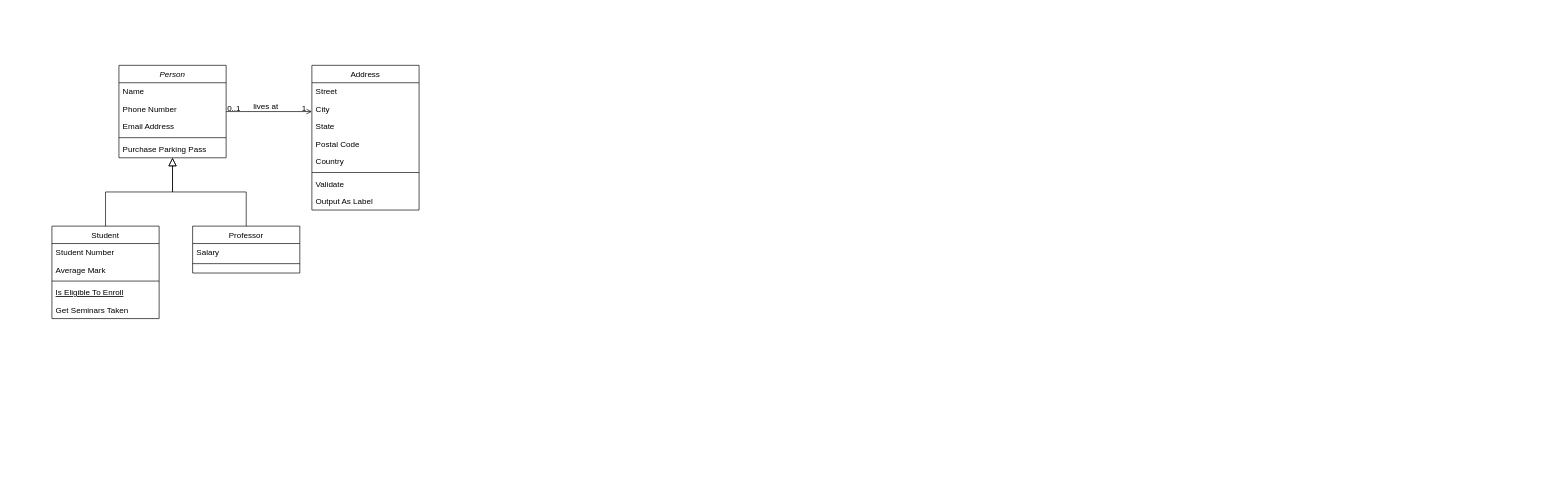
Before: Untitled Diagram.drawio in lequyetanh/threejs-game3d, a draw.io diagram. Source tidied: cells renumbered, new cells numbered last; positions are measured from the earlier drawing's top-left corner, leaving out a move shared by most shapes. Both pictures are drawn from the tidied source at 67%, with x=0, y=0 at pixel (52, 65).
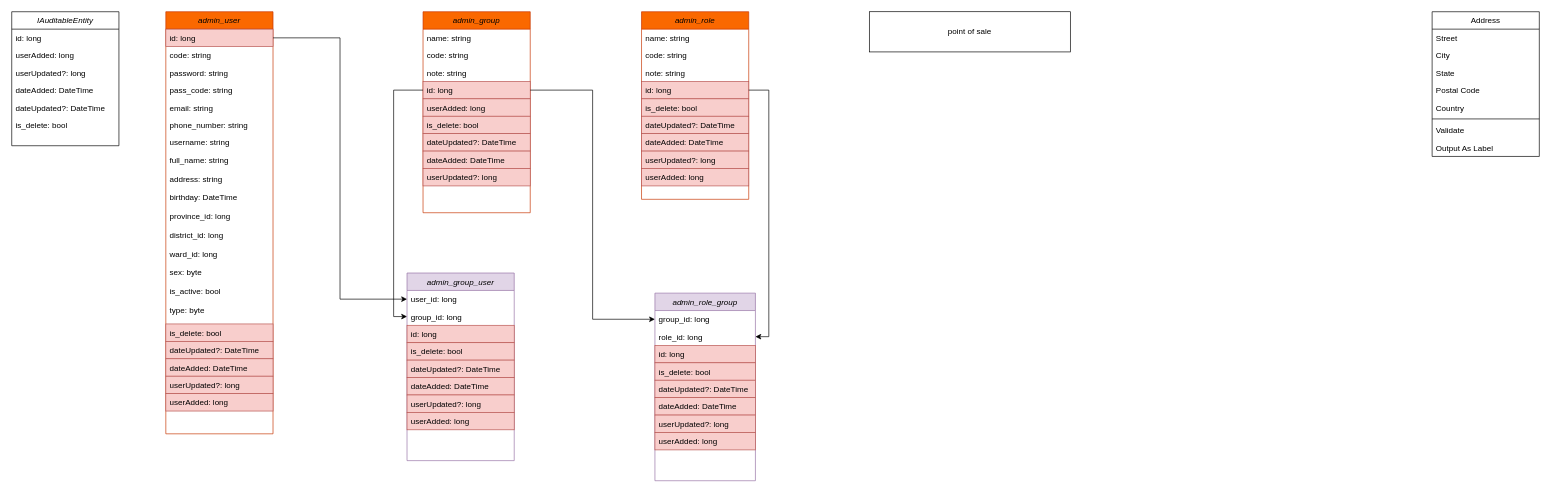
The same diagram, later.

The edit, as a diff of the source:
```diff
@@
-    <mxCell id="2" value="Person" style="swimlane;fontStyle=2;align=center;verticalAlign=top;horizontal=1;startSize=26;rounded=0;shadow=0;strokeWidth=1;" parent="1" vertex="1">
-      <mxGeometry x="100" width="160" height="138" as="geometry" />
+    <mxCell id="2" value="IAuditableEntity" style="swimlane;fontStyle=2;align=center;verticalAlign=top;horizontal=1;startSize=26;rounded=0;shadow=0;strokeWidth=1;" parent="1" vertex="1">
+      <mxGeometry x="-60" y="-80" width="160" height="200" as="geometry" />
     </mxCell>
-    <mxCell id="3" value="Name" style="text;align=left;verticalAlign=top;spacingLeft=4;spacingRight=4;overflow=hidden;" parent="2" vertex="1">
+    <mxCell id="3" value="id: long&#10;" style="text;align=left;verticalAlign=top;spacingLeft=4;spacingRight=4;overflow=hidden;" parent="2" vertex="1">
       <mxGeometry y="26" width="160" height="26" as="geometry" />
     </mxCell>
-    <mxCell id="4" value="Phone Number" style="text;align=left;verticalAlign=top;spacingLeft=4;spacingRight=4;overflow=hidden;rounded=0;shadow=0;html=0;" parent="2" vertex="1">
+    <mxCell id="4" value="userAdded: long" style="text;align=left;verticalAlign=top;spacingLeft=4;spacingRight=4;overflow=hidden;rounded=0;shadow=0;html=0;" parent="2" vertex="1">
       <mxGeometry y="52" width="160" height="26" as="geometry" />
     </mxCell>
-    <mxCell id="5" value="Email Address" style="text;align=left;verticalAlign=top;spacingLeft=4;spacingRight=4;overflow=hidden;rounded=0;shadow=0;html=0;" parent="2" vertex="1">
+    <mxCell id="5" value="userUpdated?: long" style="text;align=left;verticalAlign=top;spacingLeft=4;spacingRight=4;overflow=hidden;rounded=0;shadow=0;html=0;" parent="2" vertex="1">
       <mxGeometry y="78" width="160" height="26" as="geometry" />
     </mxCell>
-    <mxCell id="6" style="line;html=1;strokeWidth=1;align=left;verticalAlign=middle;spacingTop=-1;spacingLeft=3;spacingRight=3;labelPosition=right;" parent="2" vertex="1">
-      <mxGeometry y="104" width="160" height="8" as="geometry" />
-    </mxCell>
-    <mxCell id="7" value="Purchase Parking Pass" style="text;align=left;verticalAlign=top;spacingLeft=4;spacingRight=4;overflow=hidden;" parent="2" vertex="1">
-      <mxGeometry y="112" width="160" height="26" as="geometry" />
+    <mxCell id="7" value="dateAdded: DateTime" style="text;align=left;verticalAlign=top;spacingLeft=4;spacingRight=4;overflow=hidden;" parent="2" vertex="1">
+      <mxGeometry y="104" width="160" height="26" as="geometry" />
     </mxCell>
-    <mxCell id="8" value="Student" style="swimlane;fontStyle=0;align=center;verticalAlign=top;horizontal=1;startSize=26;rounded=0;shadow=0;strokeWidth=1;" parent="1" vertex="1">
-      <mxGeometry y="240" width="160" height="138" as="geometry" />
-    </mxCell>
-    <mxCell id="9" value="Student Number" style="text;align=left;verticalAlign=top;spacingLeft=4;spacingRight=4;overflow=hidden;" parent="8" vertex="1">
-      <mxGeometry y="26" width="160" height="26" as="geometry" />
-    </mxCell>
-    <mxCell id="10" value="Average Mark" style="text;align=left;verticalAlign=top;spacingLeft=4;spacingRight=4;overflow=hidden;rounded=0;shadow=0;html=0;" parent="8" vertex="1">
-      <mxGeometry y="52" width="160" height="26" as="geometry" />
-    </mxCell>
-    <mxCell id="11" style="line;html=1;strokeWidth=1;align=left;verticalAlign=middle;spacingTop=-1;spacingLeft=3;spacingRight=3;labelPosition=right;" parent="8" vertex="1">
-      <mxGeometry y="78" width="160" height="8" as="geometry" />
-    </mxCell>
-    <mxCell id="12" value="Is Eligible To Enroll" style="text;align=left;verticalAlign=top;spacingLeft=4;spacingRight=4;overflow=hidden;fontStyle=4;" parent="8" vertex="1">
-      <mxGeometry y="86" width="160" height="26" as="geometry" />
-    </mxCell>
-    <mxCell id="13" value="Get Seminars Taken" style="text;align=left;verticalAlign=top;spacingLeft=4;spacingRight=4;overflow=hidden;" parent="8" vertex="1">
-      <mxGeometry y="112" width="160" height="26" as="geometry" />
-    </mxCell>
-    <mxCell id="14" style="endArrow=block;endSize=10;endFill=0;shadow=0;strokeWidth=1;rounded=0;edgeStyle=elbowEdgeStyle;elbow=vertical;" parent="1" edge="1" source="8" target="2">
-      <mxGeometry relative="1" as="geometry" />
-    </mxCell>
-    <mxCell id="15" value="Professor" style="swimlane;fontStyle=0;align=center;verticalAlign=top;horizontal=1;startSize=26;rounded=0;shadow=0;strokeWidth=1;" parent="1" vertex="1">
-      <mxGeometry x="210" y="240" width="160" height="70" as="geometry" />
-    </mxCell>
-    <mxCell id="16" value="Salary" style="text;align=left;verticalAlign=top;spacingLeft=4;spacingRight=4;overflow=hidden;" parent="15" vertex="1">
-      <mxGeometry y="26" width="160" height="26" as="geometry" />
-    </mxCell>
-    <mxCell id="17" style="line;html=1;strokeWidth=1;align=left;verticalAlign=middle;spacingTop=-1;spacingLeft=3;spacingRight=3;labelPosition=right;" parent="15" vertex="1">
-      <mxGeometry y="52" width="160" height="8" as="geometry" />
-    </mxCell>
-    <mxCell id="18" style="endArrow=block;endSize=10;endFill=0;shadow=0;strokeWidth=1;rounded=0;edgeStyle=elbowEdgeStyle;elbow=vertical;" parent="1" edge="1" source="15" target="2">
-      <mxGeometry relative="1" as="geometry" />
-    </mxCell>
+    <mxCell id="32" value="dateUpdated?: DateTime" style="text;align=left;verticalAlign=top;spacingLeft=4;spacingRight=4;overflow=hidden;" parent="2" vertex="1">
+      <mxGeometry y="130" width="160" height="26" as="geometry" />
+    </mxCell>
+    <mxCell id="33" value="is_delete: bool" style="text;align=left;verticalAlign=top;spacingLeft=4;spacingRight=4;overflow=hidden;" parent="2" vertex="1">
+      <mxGeometry y="156" width="160" height="26" as="geometry" />
+    </mxCell>
     <mxCell id="19" value="Address" style="swimlane;fontStyle=0;align=center;verticalAlign=top;horizontal=1;startSize=26;rounded=0;shadow=0;strokeWidth=1;" parent="1" vertex="1">
-      <mxGeometry x="388" width="160" height="216" as="geometry" />
+      <mxGeometry x="2060" y="-80" width="160" height="216" as="geometry" />
     </mxCell>
@@
-    <mxCell id="28" style="endArrow=open;shadow=0;strokeWidth=1;rounded=0;endFill=1;edgeStyle=elbowEdgeStyle;elbow=vertical;" parent="1" edge="1" source="2" target="19">
-      <mxGeometry x="0.5" y="41" relative="1" as="geometry">
-        <mxPoint x="-40" y="32" as="offset" />
-      </mxGeometry>
-    </mxCell>
-    <mxCell id="29" value="0..1" style="align=left;verticalAlign=bottom;labelBackgroundColor=none;fontSize=12;" parent="28" vertex="1">
-      <mxGeometry x="-1" relative="1" as="geometry">
-        <mxPoint y="4" as="offset" />
-      </mxGeometry>
-    </mxCell>
-    <mxCell id="30" value="1" style="align=right;verticalAlign=bottom;labelBackgroundColor=none;fontSize=12;" parent="28" vertex="1">
-      <mxGeometry x="1" relative="1" as="geometry">
-        <mxPoint x="-7" y="4" as="offset" />
-      </mxGeometry>
-    </mxCell>
-    <mxCell id="31" value="lives at" style="text;html=1;align=center;verticalAlign=middle;labelBackgroundColor=none;rounded=0;shadow=0;strokeWidth=1;fontSize=12;" parent="28" vertex="1">
-      <mxGeometry x="0.5" y="49" relative="1" as="geometry">
-        <mxPoint x="-38" y="40" as="offset" />
-      </mxGeometry>
-    </mxCell>
+    <mxCell id="34" value="admin_group" style="swimlane;fontStyle=2;align=center;verticalAlign=top;horizontal=1;startSize=26;rounded=0;shadow=0;strokeWidth=1;fillColor=#fa6800;strokeColor=#C73500;fontColor=#000000;" parent="1" vertex="1">
+      <mxGeometry x="553.9" y="-80" width="160" height="300" as="geometry" />
+    </mxCell>
+    <mxCell id="35" value="name: string" style="text;align=left;verticalAlign=top;spacingLeft=4;spacingRight=4;overflow=hidden;" parent="34" vertex="1">
+      <mxGeometry y="26" width="160" height="26" as="geometry" />
+    </mxCell>
+    <mxCell id="36" value="code: string" style="text;align=left;verticalAlign=top;spacingLeft=4;spacingRight=4;overflow=hidden;rounded=0;shadow=0;html=0;" parent="34" vertex="1">
+      <mxGeometry y="52" width="160" height="26" as="geometry" />
+    </mxCell>
+    <mxCell id="37" value="note: string" style="text;align=left;verticalAlign=top;spacingLeft=4;spacingRight=4;overflow=hidden;rounded=0;shadow=0;html=0;" parent="34" vertex="1">
+      <mxGeometry y="78" width="160" height="26" as="geometry" />
+    </mxCell>
+    <mxCell id="38" value="id: long&#10;" style="text;align=left;verticalAlign=top;spacingLeft=4;spacingRight=4;overflow=hidden;points=[[0,0.5],[1,0.5]];portConstraint=eastwest;fillColor=#f8cecc;strokeColor=#b85450;" parent="34" vertex="1">
+      <mxGeometry y="104" width="160" height="26" as="geometry" />
+    </mxCell>
+    <mxCell id="39" value="userAdded: long" style="text;align=left;verticalAlign=top;spacingLeft=4;spacingRight=4;overflow=hidden;rounded=0;shadow=0;html=0;fillColor=#f8cecc;strokeColor=#b85450;" parent="34" vertex="1">
+      <mxGeometry y="130" width="160" height="26" as="geometry" />
+    </mxCell>
+    <mxCell id="40" value="is_delete: bool" style="text;align=left;verticalAlign=top;spacingLeft=4;spacingRight=4;overflow=hidden;fillColor=#f8cecc;strokeColor=#b85450;" parent="34" vertex="1">
+      <mxGeometry y="156" width="160" height="26" as="geometry" />
+    </mxCell>
+    <mxCell id="41" value="dateUpdated?: DateTime" style="text;align=left;verticalAlign=top;spacingLeft=4;spacingRight=4;overflow=hidden;fillColor=#f8cecc;strokeColor=#b85450;" parent="34" vertex="1">
+      <mxGeometry y="182" width="160" height="26" as="geometry" />
+    </mxCell>
+    <mxCell id="42" value="dateAdded: DateTime" style="text;align=left;verticalAlign=top;spacingLeft=4;spacingRight=4;overflow=hidden;fillColor=#f8cecc;strokeColor=#b85450;" parent="34" vertex="1">
+      <mxGeometry y="208" width="160" height="26" as="geometry" />
+    </mxCell>
+    <mxCell id="43" value="userUpdated?: long" style="text;align=left;verticalAlign=top;spacingLeft=4;spacingRight=4;overflow=hidden;rounded=0;shadow=0;html=0;fillColor=#f8cecc;strokeColor=#b85450;" parent="34" vertex="1">
+      <mxGeometry y="234" width="160" height="26" as="geometry" />
+    </mxCell>
+    <mxCell id="44" value="admin_group_user" style="swimlane;fontStyle=2;align=center;verticalAlign=top;horizontal=1;startSize=26;rounded=0;shadow=0;strokeWidth=1;fillColor=#e1d5e7;strokeColor=#9673a6;" parent="1" vertex="1">
+      <mxGeometry x="530" y="310" width="160" height="280" as="geometry" />
+    </mxCell>
+    <mxCell id="45" value="user_id: long" style="text;align=left;verticalAlign=top;spacingLeft=4;spacingRight=4;overflow=hidden;points=[[0,0.5],[1,0.5]];portConstraint=eastwest;" parent="44" vertex="1">
+      <mxGeometry y="26" width="160" height="26" as="geometry" />
+    </mxCell>
+    <mxCell id="46" value="group_id: long" style="text;align=left;verticalAlign=top;spacingLeft=4;spacingRight=4;overflow=hidden;points=[[0,0.5],[1,0.5]];portConstraint=eastwest;rounded=0;shadow=0;html=0;" parent="44" vertex="1">
+      <mxGeometry y="52" width="160" height="26" as="geometry" />
+    </mxCell>
+    <mxCell id="47" value="id: long&#10;" style="text;align=left;verticalAlign=top;spacingLeft=4;spacingRight=4;overflow=hidden;fillColor=#f8cecc;strokeColor=#b85450;" parent="44" vertex="1">
+      <mxGeometry y="78" width="160" height="26" as="geometry" />
+    </mxCell>
+    <mxCell id="48" value="is_delete: bool" style="text;align=left;verticalAlign=top;spacingLeft=4;spacingRight=4;overflow=hidden;fillColor=#f8cecc;strokeColor=#b85450;" parent="44" vertex="1">
+      <mxGeometry y="104" width="160" height="26" as="geometry" />
+    </mxCell>
+    <mxCell id="49" value="dateUpdated?: DateTime" style="text;align=left;verticalAlign=top;spacingLeft=4;spacingRight=4;overflow=hidden;fillColor=#f8cecc;strokeColor=#b85450;" parent="44" vertex="1">
+      <mxGeometry y="130" width="160" height="26" as="geometry" />
+    </mxCell>
+    <mxCell id="50" value="dateAdded: DateTime" style="text;align=left;verticalAlign=top;spacingLeft=4;spacingRight=4;overflow=hidden;fillColor=#f8cecc;strokeColor=#b85450;" parent="44" vertex="1">
+      <mxGeometry y="156" width="160" height="26" as="geometry" />
+    </mxCell>
+    <mxCell id="51" value="userUpdated?: long" style="text;align=left;verticalAlign=top;spacingLeft=4;spacingRight=4;overflow=hidden;rounded=0;shadow=0;html=0;fillColor=#f8cecc;strokeColor=#b85450;" parent="44" vertex="1">
+      <mxGeometry y="182" width="160" height="26" as="geometry" />
+    </mxCell>
+    <mxCell id="52" value="userAdded: long" style="text;align=left;verticalAlign=top;spacingLeft=4;spacingRight=4;overflow=hidden;rounded=0;shadow=0;html=0;fillColor=#f8cecc;strokeColor=#b85450;" parent="44" vertex="1">
+      <mxGeometry y="208" width="160" height="26" as="geometry" />
+    </mxCell>
+    <mxCell id="53" value="admin_role" style="swimlane;fontStyle=2;align=center;verticalAlign=top;horizontal=1;startSize=26;rounded=0;shadow=0;strokeWidth=1;fillColor=#fa6800;strokeColor=#C73500;fontColor=#000000;" parent="1" vertex="1">
+      <mxGeometry x="880" y="-80" width="160" height="280" as="geometry" />
+    </mxCell>
+    <mxCell id="54" value="name: string" style="text;align=left;verticalAlign=top;spacingLeft=4;spacingRight=4;overflow=hidden;" parent="53" vertex="1">
+      <mxGeometry y="26" width="160" height="26" as="geometry" />
+    </mxCell>
+    <mxCell id="55" value="code: string" style="text;align=left;verticalAlign=top;spacingLeft=4;spacingRight=4;overflow=hidden;rounded=0;shadow=0;html=0;" parent="53" vertex="1">
+      <mxGeometry y="52" width="160" height="26" as="geometry" />
+    </mxCell>
+    <mxCell id="56" value="note: string" style="text;align=left;verticalAlign=top;spacingLeft=4;spacingRight=4;overflow=hidden;rounded=0;shadow=0;html=0;" parent="53" vertex="1">
+      <mxGeometry y="78" width="160" height="26" as="geometry" />
+    </mxCell>
+    <mxCell id="57" value="id: long&#10;" style="text;align=left;verticalAlign=top;spacingLeft=4;spacingRight=4;overflow=hidden;points=[[0,0.5],[1,0.5]];portConstraint=eastwest;fillColor=#f8cecc;strokeColor=#b85450;" parent="53" vertex="1">
+      <mxGeometry y="104" width="160" height="26" as="geometry" />
+    </mxCell>
+    <mxCell id="58" value="is_delete: bool" style="text;align=left;verticalAlign=top;spacingLeft=4;spacingRight=4;overflow=hidden;fillColor=#f8cecc;strokeColor=#b85450;" parent="53" vertex="1">
+      <mxGeometry y="130" width="160" height="26" as="geometry" />
+    </mxCell>
+    <mxCell id="59" value="dateUpdated?: DateTime" style="text;align=left;verticalAlign=top;spacingLeft=4;spacingRight=4;overflow=hidden;fillColor=#f8cecc;strokeColor=#b85450;" parent="53" vertex="1">
+      <mxGeometry y="156" width="160" height="26" as="geometry" />
+    </mxCell>
+    <mxCell id="60" value="dateAdded: DateTime" style="text;align=left;verticalAlign=top;spacingLeft=4;spacingRight=4;overflow=hidden;fillColor=#f8cecc;strokeColor=#b85450;" parent="53" vertex="1">
+      <mxGeometry y="182" width="160" height="26" as="geometry" />
+    </mxCell>
+    <mxCell id="61" value="userUpdated?: long" style="text;align=left;verticalAlign=top;spacingLeft=4;spacingRight=4;overflow=hidden;rounded=0;shadow=0;html=0;fillColor=#f8cecc;strokeColor=#b85450;" parent="53" vertex="1">
+      <mxGeometry y="208" width="160" height="26" as="geometry" />
+    </mxCell>
+    <mxCell id="62" value="userAdded: long" style="text;align=left;verticalAlign=top;spacingLeft=4;spacingRight=4;overflow=hidden;rounded=0;shadow=0;html=0;fillColor=#f8cecc;strokeColor=#b85450;" parent="53" vertex="1">
+      <mxGeometry y="234" width="160" height="26" as="geometry" />
+    </mxCell>
+    <mxCell id="63" value="admin_role_group" style="swimlane;fontStyle=2;align=center;verticalAlign=top;horizontal=1;startSize=26;rounded=0;shadow=0;strokeWidth=1;fillColor=#e1d5e7;strokeColor=#9673a6;" parent="1" vertex="1">
+      <mxGeometry x="900" y="340" width="150" height="280" as="geometry" />
+    </mxCell>
+    <mxCell id="64" value="group_id: long" style="text;align=left;verticalAlign=top;spacingLeft=4;spacingRight=4;overflow=hidden;points=[[0,0.5],[1,0.5]];portConstraint=eastwest;" parent="63" vertex="1">
+      <mxGeometry y="26" width="150" height="26" as="geometry" />
+    </mxCell>
+    <mxCell id="65" value="role_id: long" style="text;align=left;verticalAlign=top;spacingLeft=4;spacingRight=4;overflow=hidden;points=[[0,0.5],[1,0.5]];portConstraint=eastwest;rounded=0;shadow=0;html=0;" parent="63" vertex="1">
+      <mxGeometry y="52" width="150" height="26" as="geometry" />
+    </mxCell>
+    <mxCell id="66" value="id: long&#10;" style="text;align=left;verticalAlign=top;spacingLeft=4;spacingRight=4;overflow=hidden;fillColor=#f8cecc;strokeColor=#b85450;" parent="63" vertex="1">
+      <mxGeometry y="78" width="150" height="26" as="geometry" />
+    </mxCell>
+    <mxCell id="67" value="is_delete: bool" style="text;align=left;verticalAlign=top;spacingLeft=4;spacingRight=4;overflow=hidden;fillColor=#f8cecc;strokeColor=#b85450;" parent="63" vertex="1">
+      <mxGeometry y="104" width="150" height="26" as="geometry" />
+    </mxCell>
+    <mxCell id="68" value="dateUpdated?: DateTime" style="text;align=left;verticalAlign=top;spacingLeft=4;spacingRight=4;overflow=hidden;fillColor=#f8cecc;strokeColor=#b85450;" parent="63" vertex="1">
+      <mxGeometry y="130" width="150" height="26" as="geometry" />
+    </mxCell>
+    <mxCell id="69" value="dateAdded: DateTime" style="text;align=left;verticalAlign=top;spacingLeft=4;spacingRight=4;overflow=hidden;fillColor=#f8cecc;strokeColor=#b85450;" parent="63" vertex="1">
+      <mxGeometry y="156" width="150" height="26" as="geometry" />
+    </mxCell>
+    <mxCell id="70" value="userUpdated?: long" style="text;align=left;verticalAlign=top;spacingLeft=4;spacingRight=4;overflow=hidden;rounded=0;shadow=0;html=0;fillColor=#f8cecc;strokeColor=#b85450;" parent="63" vertex="1">
+      <mxGeometry y="182" width="150" height="26" as="geometry" />
+    </mxCell>
+    <mxCell id="71" value="userAdded: long" style="text;align=left;verticalAlign=top;spacingLeft=4;spacingRight=4;overflow=hidden;rounded=0;shadow=0;html=0;fillColor=#f8cecc;strokeColor=#b85450;" parent="63" vertex="1">
+      <mxGeometry y="208" width="150" height="26" as="geometry" />
+    </mxCell>
+    <mxCell id="72" value="admin_user" style="swimlane;fontStyle=2;align=center;verticalAlign=top;horizontal=1;startSize=26;rounded=0;shadow=0;strokeWidth=1;fillColor=#fa6800;strokeColor=#C73500;fontColor=#000000;" parent="1" vertex="1">
+      <mxGeometry x="170" y="-80" width="160" height="630" as="geometry" />
+    </mxCell>
+    <mxCell id="73" value="id: long&#10;" style="text;align=left;verticalAlign=top;spacingLeft=4;spacingRight=4;overflow=hidden;points=[[0,0.5],[1,0.5]];portConstraint=eastwest;fillColor=#f8cecc;strokeColor=#b85450;" parent="72" vertex="1">
+      <mxGeometry y="26" width="160" height="26" as="geometry" />
+    </mxCell>
+    <mxCell id="74" value="code: string&#10;" style="text;align=left;verticalAlign=top;spacingLeft=4;spacingRight=4;overflow=hidden;" parent="72" vertex="1">
+      <mxGeometry y="52" width="160" height="26" as="geometry" />
+    </mxCell>
+    <mxCell id="75" value="password: string" style="text;align=left;verticalAlign=top;spacingLeft=4;spacingRight=4;overflow=hidden;rounded=0;shadow=0;html=0;" parent="72" vertex="1">
+      <mxGeometry y="78" width="160" height="26" as="geometry" />
+    </mxCell>
+    <mxCell id="76" value="pass_code: string" style="text;align=left;verticalAlign=top;spacingLeft=4;spacingRight=4;overflow=hidden;" parent="72" vertex="1">
+      <mxGeometry y="104" width="160" height="26" as="geometry" />
+    </mxCell>
+    <mxCell id="77" value="email: string" style="text;align=left;verticalAlign=top;spacingLeft=4;spacingRight=4;overflow=hidden;" parent="72" vertex="1">
+      <mxGeometry y="130" width="160" height="26" as="geometry" />
+    </mxCell>
+    <mxCell id="78" value="phone_number: string" style="text;align=left;verticalAlign=top;spacingLeft=4;spacingRight=4;overflow=hidden;" parent="72" vertex="1">
+      <mxGeometry y="156" width="160" height="26" as="geometry" />
+    </mxCell>
+    <mxCell id="79" value="username: string" style="text;align=left;verticalAlign=top;spacingLeft=4;spacingRight=4;overflow=hidden;rounded=0;shadow=0;html=0;" parent="72" vertex="1">
+      <mxGeometry y="182" width="160" height="26" as="geometry" />
+    </mxCell>
+    <mxCell id="80" value="full_name: string&#10;&#10;address: string&#10;&#10;birthday: DateTime&#10;&#10;province_id: long&#10;&#10;district_id: long&#10;&#10;ward_id: long&#10;&#10;sex: byte&#10;&#10;is_active: bool&#10;&#10;type: byte" style="text;align=left;verticalAlign=top;spacingLeft=4;spacingRight=4;overflow=hidden;" parent="72" vertex="1">
+      <mxGeometry y="208" width="160" height="258" as="geometry" />
+    </mxCell>
+    <mxCell id="81" value="is_delete: bool" style="text;align=left;verticalAlign=top;spacingLeft=4;spacingRight=4;overflow=hidden;fillColor=#f8cecc;strokeColor=#b85450;" parent="72" vertex="1">
+      <mxGeometry y="466" width="160" height="26" as="geometry" />
+    </mxCell>
+    <mxCell id="82" value="dateUpdated?: DateTime" style="text;align=left;verticalAlign=top;spacingLeft=4;spacingRight=4;overflow=hidden;fillColor=#f8cecc;strokeColor=#b85450;" parent="72" vertex="1">
+      <mxGeometry y="492" width="160" height="26" as="geometry" />
+    </mxCell>
+    <mxCell id="83" value="dateAdded: DateTime" style="text;align=left;verticalAlign=top;spacingLeft=4;spacingRight=4;overflow=hidden;fillColor=#f8cecc;strokeColor=#b85450;" parent="72" vertex="1">
+      <mxGeometry y="518" width="160" height="26" as="geometry" />
+    </mxCell>
+    <mxCell id="84" value="userUpdated?: long" style="text;align=left;verticalAlign=top;spacingLeft=4;spacingRight=4;overflow=hidden;rounded=0;shadow=0;html=0;fillColor=#f8cecc;strokeColor=#b85450;" parent="72" vertex="1">
+      <mxGeometry y="544" width="160" height="26" as="geometry" />
+    </mxCell>
+    <mxCell id="85" value="userAdded: long" style="text;align=left;verticalAlign=top;spacingLeft=4;spacingRight=4;overflow=hidden;rounded=0;shadow=0;html=0;fillColor=#f8cecc;strokeColor=#b85450;" parent="72" vertex="1">
+      <mxGeometry y="570" width="160" height="26" as="geometry" />
+    </mxCell>
+    <mxCell id="86" style="edgeStyle=orthogonalEdgeStyle;rounded=0;jettySize=auto;html=1;entryX=0;entryY=0.5;entryDx=0;entryDy=0;" parent="1" edge="1" source="38" target="46">
+      <mxGeometry relative="1" as="geometry" />
+    </mxCell>
+    <mxCell id="87" style="edgeStyle=orthogonalEdgeStyle;rounded=0;jettySize=auto;html=1;entryX=0;entryY=0.5;entryDx=0;entryDy=0;" parent="1" edge="1" source="73" target="45">
+      <mxGeometry relative="1" as="geometry" />
+    </mxCell>
+    <mxCell id="88" style="edgeStyle=orthogonalEdgeStyle;rounded=0;jettySize=auto;html=1;entryX=0;entryY=0.5;entryDx=0;entryDy=0;" parent="1" edge="1" source="38" target="64">
+      <mxGeometry relative="1" as="geometry" />
+    </mxCell>
+    <mxCell id="89" style="edgeStyle=orthogonalEdgeStyle;rounded=0;jettySize=auto;html=1;entryX=1;entryY=0.5;entryDx=0;entryDy=0;" parent="1" edge="1" source="57" target="65">
+      <mxGeometry relative="1" as="geometry" />
+    </mxCell>
+    <mxCell id="90" value="point of sale" style="rounded=0;whiteSpace=wrap;html=1;" parent="1" vertex="1">
+      <mxGeometry x="1220" y="-80" width="300" height="60" as="geometry" />
+    </mxCell>
```
